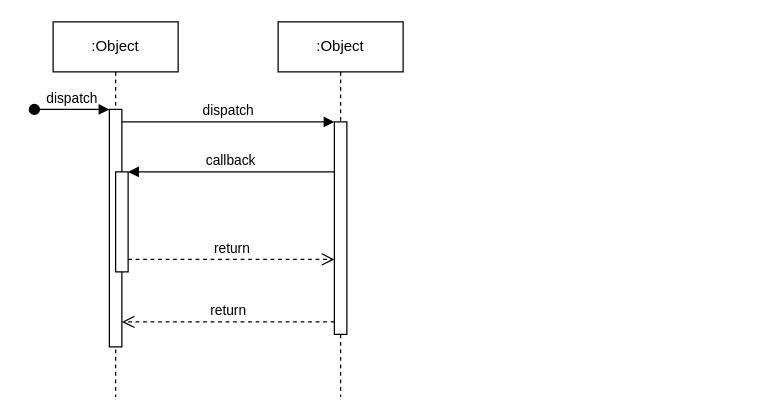
Above: public/sequenceDiagram_nutritionsCalc.drawio in Ebrahim-Ramadan/myfitrainer-app (draw.io), before the change. Source tidied: cells renumbered, new cells numbered last; positions are measured from the earlier drawing's top-left corner, leaving out a move shared by most shapes. Both pictures are drawn from the tidied source at 125%, with x=0, y=0 at pixel (34, 21).
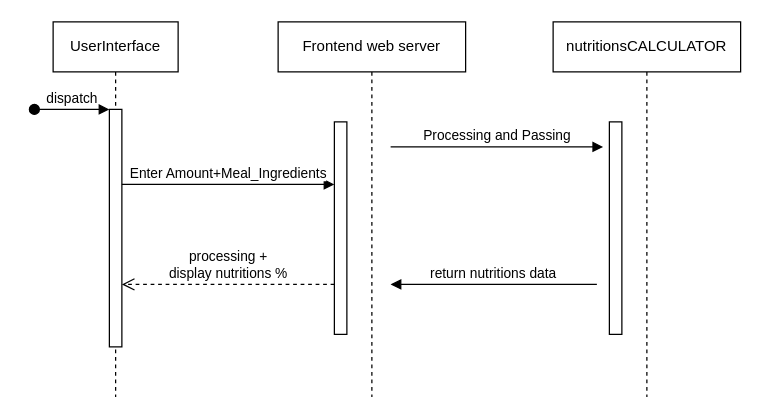
Above is the later version.

The change refers to these unchanged cells:
```xml
<mxCell id="3" style="html=1;points=[];perimeter=orthogonalPerimeter;outlineConnect=0;targetShapes=umlLifeline;portConstraint=eastwest;newEdgeStyle={&quot;edgeStyle&quot;:&quot;elbowEdgeStyle&quot;,&quot;elbow&quot;:&quot;vertical&quot;,&quot;curved&quot;:0,&quot;rounded&quot;:0};" parent="2" vertex="1">
  <mxGeometry x="45" y="70" width="10" height="190" as="geometry" />
</mxCell>
<mxCell id="7" style="html=1;points=[];perimeter=orthogonalPerimeter;outlineConnect=0;targetShapes=umlLifeline;portConstraint=eastwest;newEdgeStyle={&quot;edgeStyle&quot;:&quot;elbowEdgeStyle&quot;,&quot;elbow&quot;:&quot;vertical&quot;,&quot;curved&quot;:0,&quot;rounded&quot;:0};" parent="6" vertex="1">
  <mxGeometry x="45" y="80" width="10" height="170" as="geometry" />
</mxCell>
```

Change to the diagram source:
```diff
@@
-    <mxCell id="2" value=":Object" style="shape=umlLifeline;perimeter=lifelinePerimeter;whiteSpace=wrap;html=1;newEdgeStyle={&quot;edgeStyle&quot;:&quot;elbowEdgeStyle&quot;,&quot;elbow&quot;:&quot;vertical&quot;,&quot;curved&quot;:0,&quot;rounded&quot;:0};" parent="1" vertex="1">
+    <mxCell id="2" value="UserInterface" style="shape=umlLifeline;perimeter=lifelinePerimeter;whiteSpace=wrap;html=1;newEdgeStyle={&quot;edgeStyle&quot;:&quot;elbowEdgeStyle&quot;,&quot;elbow&quot;:&quot;vertical&quot;,&quot;curved&quot;:0,&quot;rounded&quot;:0};" parent="1" vertex="1">
       <mxGeometry x="15" width="100" height="300" as="geometry" />
     </mxCell>
@@
-    <mxCell id="5" style="html=1;points=[];perimeter=orthogonalPerimeter;outlineConnect=0;targetShapes=umlLifeline;portConstraint=eastwest;newEdgeStyle={&quot;edgeStyle&quot;:&quot;elbowEdgeStyle&quot;,&quot;elbow&quot;:&quot;vertical&quot;,&quot;curved&quot;:0,&quot;rounded&quot;:0};" parent="2" vertex="1">
-      <mxGeometry x="50" y="120" width="10" height="80" as="geometry" />
-    </mxCell>
-    <mxCell id="6" value=":Object" style="shape=umlLifeline;perimeter=lifelinePerimeter;whiteSpace=wrap;html=1;newEdgeStyle={&quot;edgeStyle&quot;:&quot;elbowEdgeStyle&quot;,&quot;elbow&quot;:&quot;vertical&quot;,&quot;curved&quot;:0,&quot;rounded&quot;:0};" parent="1" vertex="1">
-      <mxGeometry x="195" width="100" height="300" as="geometry" />
+    <mxCell id="6" value="Frontend web server" style="shape=umlLifeline;perimeter=lifelinePerimeter;whiteSpace=wrap;html=1;newEdgeStyle={&quot;edgeStyle&quot;:&quot;elbowEdgeStyle&quot;,&quot;elbow&quot;:&quot;vertical&quot;,&quot;curved&quot;:0,&quot;rounded&quot;:0};" parent="1" vertex="1">
+      <mxGeometry x="195" width="150" height="300" as="geometry" />
     </mxCell>
@@
-    <mxCell id="8" value="dispatch" style="html=1;verticalAlign=bottom;endArrow=block;edgeStyle=elbowEdgeStyle;elbow=vertical;curved=0;rounded=0;" parent="1" edge="1" source="3" target="7">
+    <mxCell id="8" value="Enter Amount+Meal_Ingredients" style="html=1;verticalAlign=bottom;endArrow=block;edgeStyle=elbowEdgeStyle;elbow=vertical;curved=0;rounded=0;" parent="1" edge="1">
       <mxGeometry relative="1" as="geometry">
+        <mxPoint x="70" y="130" as="sourcePoint" />
+        <mxPoint x="240" y="130" as="targetPoint" />
         <Array as="points">
-          <mxPoint x="155" y="80" />
+          <mxPoint x="155" y="130" />
         </Array>
       </mxGeometry>
     </mxCell>
-    <mxCell id="9" value="return" style="html=1;verticalAlign=bottom;endArrow=open;dashed=1;endSize=8;edgeStyle=elbowEdgeStyle;elbow=vertical;curved=0;rounded=0;" parent="1" edge="1" source="7" target="3">
+    <mxCell id="9" value="processing +&lt;br&gt;display nutritions %" style="html=1;verticalAlign=bottom;endArrow=open;dashed=1;endSize=8;edgeStyle=elbowEdgeStyle;elbow=vertical;curved=0;rounded=0;" parent="1" edge="1" source="7" target="3">
       <mxGeometry relative="1" as="geometry">
         <Array as="points">
+          <mxPoint x="165" y="210" />
           <mxPoint x="165" y="240" />
         </Array>
       </mxGeometry>
     </mxCell>
-    <mxCell id="10" value="callback" style="html=1;verticalAlign=bottom;endArrow=block;edgeStyle=elbowEdgeStyle;elbow=vertical;curved=0;rounded=0;" parent="1" edge="1" source="7" target="5">
-      <mxGeometry relative="1" as="geometry">
-        <Array as="points">
-          <mxPoint x="165" y="120" />
-        </Array>
-      </mxGeometry>
-    </mxCell>
-    <mxCell id="11" value="return" style="html=1;verticalAlign=bottom;endArrow=open;dashed=1;endSize=8;edgeStyle=elbowEdgeStyle;elbow=vertical;curved=0;rounded=0;" parent="1" edge="1" source="5" target="7">
-      <mxGeometry relative="1" as="geometry">
-        <Array as="points">
-          <mxPoint x="155" y="190" />
-        </Array>
-      </mxGeometry>
-    </mxCell>
+    <mxCell id="12" value="nutritionsCALCULATOR" style="shape=umlLifeline;perimeter=lifelinePerimeter;whiteSpace=wrap;html=1;newEdgeStyle={&quot;edgeStyle&quot;:&quot;elbowEdgeStyle&quot;,&quot;elbow&quot;:&quot;vertical&quot;,&quot;curved&quot;:0,&quot;rounded&quot;:0};" parent="1" vertex="1">
+      <mxGeometry x="415" width="150" height="300" as="geometry" />
+    </mxCell>
+    <mxCell id="13" style="html=1;perimeter=orthogonalPerimeter;targetShapes=umlLifeline;newEdgeStyle={&quot;edgeStyle&quot;:&quot;elbowEdgeStyle&quot;,&quot;elbow&quot;:&quot;vertical&quot;,&quot;curved&quot;:0,&quot;rounded&quot;:0};" parent="12" vertex="1">
+      <mxGeometry x="45" y="80" width="10" height="170" as="geometry" />
+    </mxCell>
+    <mxCell id="14" value="Processing and Passing" style="html=1;verticalAlign=bottom;endArrow=block;edgeStyle=elbowEdgeStyle;elbow=vertical;curved=0;rounded=0;" parent="1" edge="1">
+      <mxGeometry relative="1" as="geometry">
+        <mxPoint x="285" y="100" as="sourcePoint" />
+        <mxPoint x="455" y="100" as="targetPoint" />
+        <Array as="points">
+          <mxPoint x="370" y="100" />
+        </Array>
+      </mxGeometry>
+    </mxCell>
+    <mxCell id="15" value="return nutritions data" style="html=1;verticalAlign=bottom;endArrow=block;edgeStyle=elbowEdgeStyle;elbow=vertical;curved=0;rounded=0;" parent="1" edge="1">
+      <mxGeometry relative="1" as="geometry">
+        <mxPoint x="450" y="210" as="sourcePoint" />
+        <mxPoint x="285" y="210" as="targetPoint" />
+        <Array as="points">
+          <mxPoint x="375" y="210" />
+        </Array>
+      </mxGeometry>
+    </mxCell>
```
